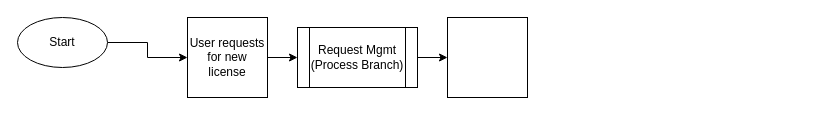
Before: MDM.drawio in kunal-s/hello-world, a draw.io diagram. Source tidied: cells renumbered, new cells numbered last; positions are measured from the earlier drawing's top-left corner, leaving out a move shared by most shapes. Both pictures are drawn from the tidied source at 100%, with x=0, y=0 at pixel (17, 17).
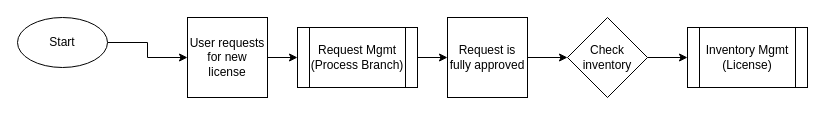
After the change.

Diff of the diagram source:
```diff
@@
 <mxGraphModel>
   <root>
     <mxCell id="0" />
     <mxCell id="1" parent="0" />
     <mxCell id="2" style="edgeStyle=orthogonalEdgeStyle;rounded=0;jettySize=auto;html=1;" parent="1" edge="1" source="3" target="7">
       <mxGeometry relative="1" as="geometry" />
     </mxCell>
     <mxCell id="3" value="User requests for new license" style="whiteSpace=wrap;html=1;" parent="1" vertex="1">
       <mxGeometry x="170" width="80" height="80" as="geometry" />
     </mxCell>
     <mxCell id="4" style="edgeStyle=orthogonalEdgeStyle;rounded=0;jettySize=auto;html=1;" parent="1" edge="1" source="5" target="3">
       <mxGeometry relative="1" as="geometry" />
     </mxCell>
     <mxCell id="5" value="Start" style="ellipse;whiteSpace=wrap;html=1;" parent="1" vertex="1">
       <mxGeometry width="90" height="50" as="geometry" />
     </mxCell>
     <mxCell id="6" style="edgeStyle=orthogonalEdgeStyle;rounded=0;jettySize=auto;html=1;" parent="1" edge="1" source="7" target="8">
       <mxGeometry relative="1" as="geometry" />
     </mxCell>
     <mxCell id="7" value="Request Mgmt&lt;br&gt;(Process Branch)" style="shape=process;whiteSpace=wrap;html=1;backgroundOutline=1;" parent="1" vertex="1">
       <mxGeometry x="280" y="10" width="120" height="60" as="geometry" />
     </mxCell>
+    <mxCell id="9" style="edgeStyle=orthogonalEdgeStyle;rounded=0;jettySize=auto;html=1;" parent="1" edge="1" source="8" target="11">
+      <mxGeometry relative="1" as="geometry" />
+    </mxCell>
-    <mxCell id="8" style="whiteSpace=wrap;html=1;" parent="1" vertex="1">
+    <mxCell id="8" value="Request is fully approved" style="whiteSpace=wrap;html=1;" parent="1" vertex="1">
       <mxGeometry x="430" width="80" height="80" as="geometry" />
     </mxCell>
+    <mxCell id="10" style="edgeStyle=orthogonalEdgeStyle;rounded=0;jettySize=auto;html=1;" parent="1" edge="1" source="11" target="12">
+      <mxGeometry relative="1" as="geometry" />
+    </mxCell>
+    <mxCell id="11" value="Check inventory" style="rhombus;whiteSpace=wrap;html=1;" parent="1" vertex="1">
+      <mxGeometry x="550" width="80" height="80" as="geometry" />
+    </mxCell>
+    <mxCell id="12" value="Inventory Mgmt&lt;br&gt;(License)" style="shape=process;whiteSpace=wrap;html=1;backgroundOutline=1;" parent="1" vertex="1">
+      <mxGeometry x="670" y="10" width="120" height="60" as="geometry" />
+    </mxCell>
   </root>
 </mxGraphModel>
```
